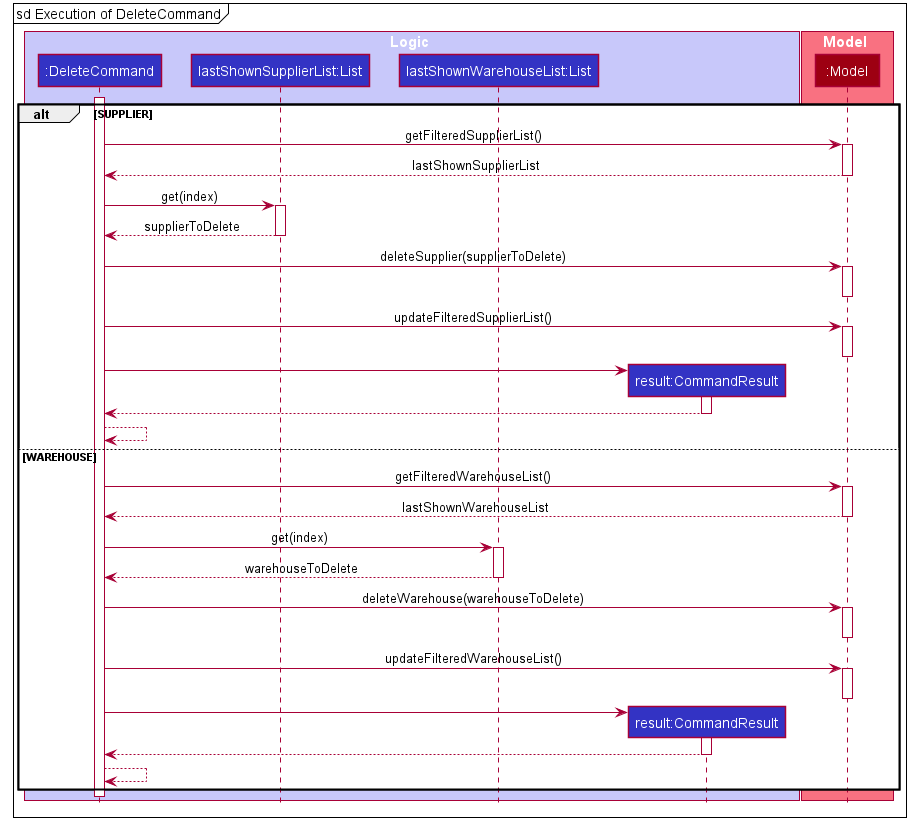
Before: docs/images/DeleteCommandExecutionSequenceDiagram.png, a diagram exported from PlantUML (tohyuting/tp).
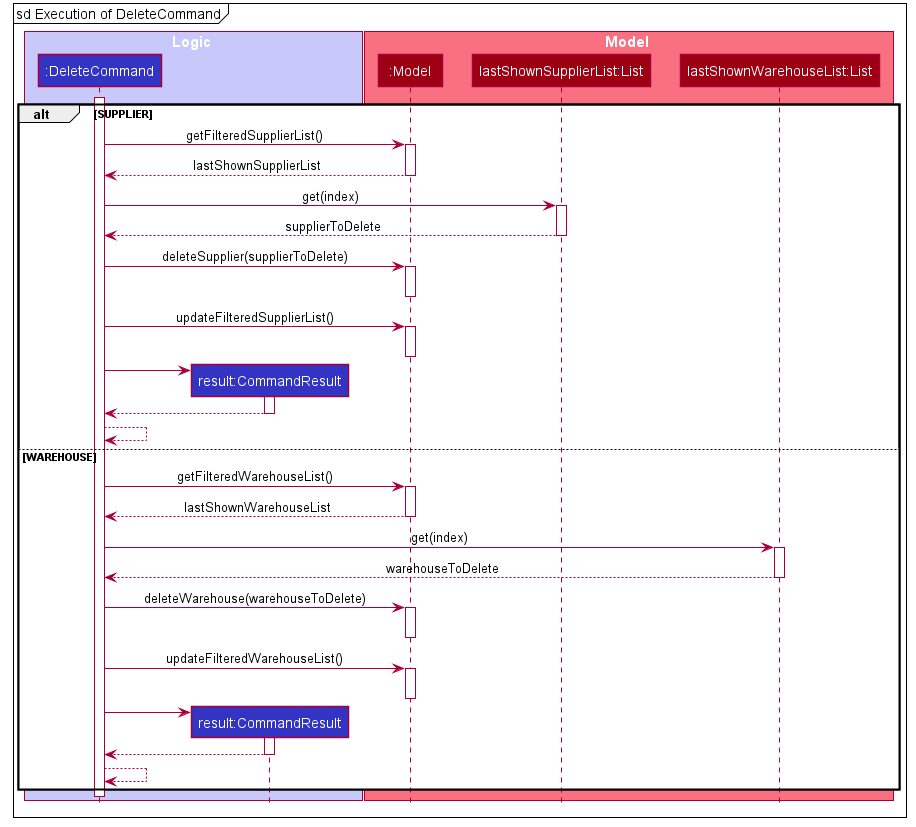
After the change.

Commit message:
Fix UML diagram problems

Diff of the diagram source:
```diff
@@ -52,13 +52,13 @@
 
 box Logic #C8C8FA
 participant ":DeleteCommand" as DeleteCommand #3333C4
-participant "lastShownSupplierList:List" as lastShownSupplierList #3333C4
-participant "lastShownWarehouseList:List" as lastShownWarehouseList #3333C4
 participant "result:CommandResult" as CommandResult #3333C4
 end box
 
 box Model #F97181
 participant ":Model" as Model #9D0012
+participant "lastShownSupplierList:List" as lastShownSupplierList #9D0012
+participant "lastShownWarehouseList:List" as lastShownWarehouseList #9D0012
 end box
 
 alt SUPPLIER
```
